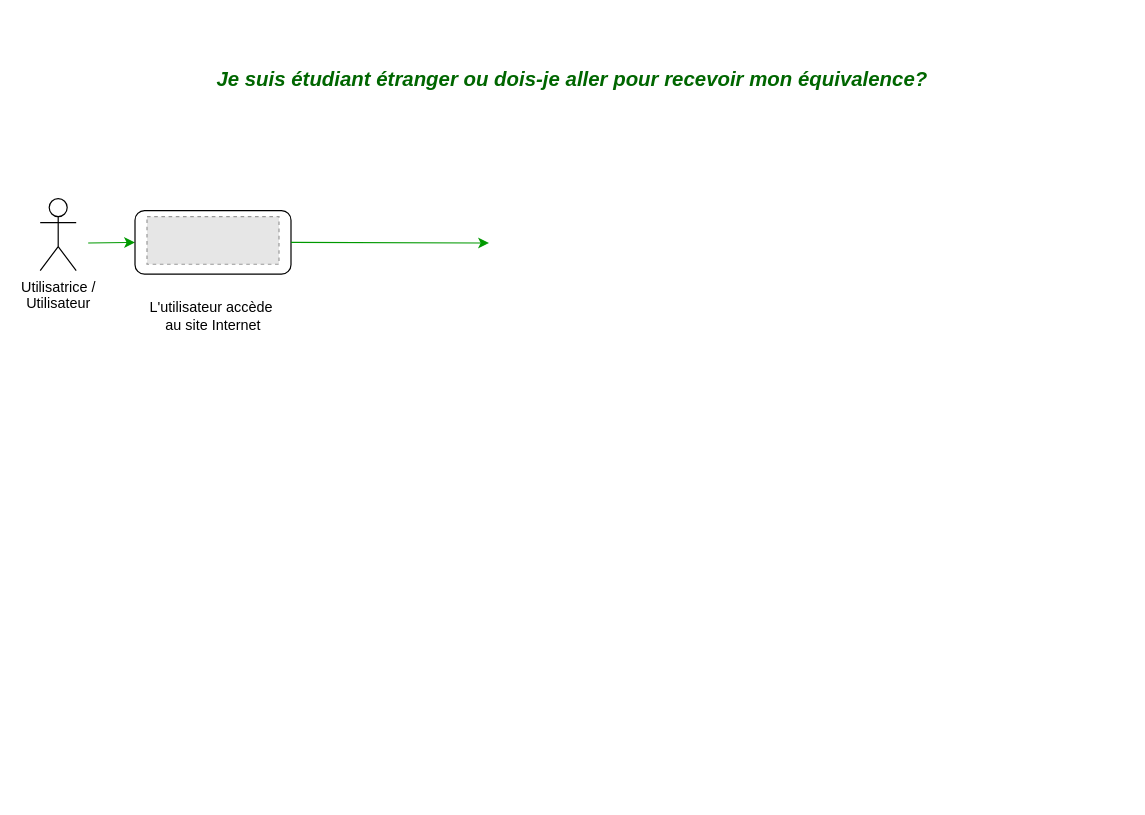
The draw.io diagram user-flow-as-is.drawio in developerforgood/hacknwow, before the edit. Source tidied: cells renumbered, new cells numbered last; positions are measured from the earlier drawing's top-left corner, leaving out a move shared by most shapes. Both pictures are drawn from the tidied source at 120%, with x=0, y=0 at pixel (40, 44). Pictures stored in the file or linked from it are replaced by grey dashed boxes.
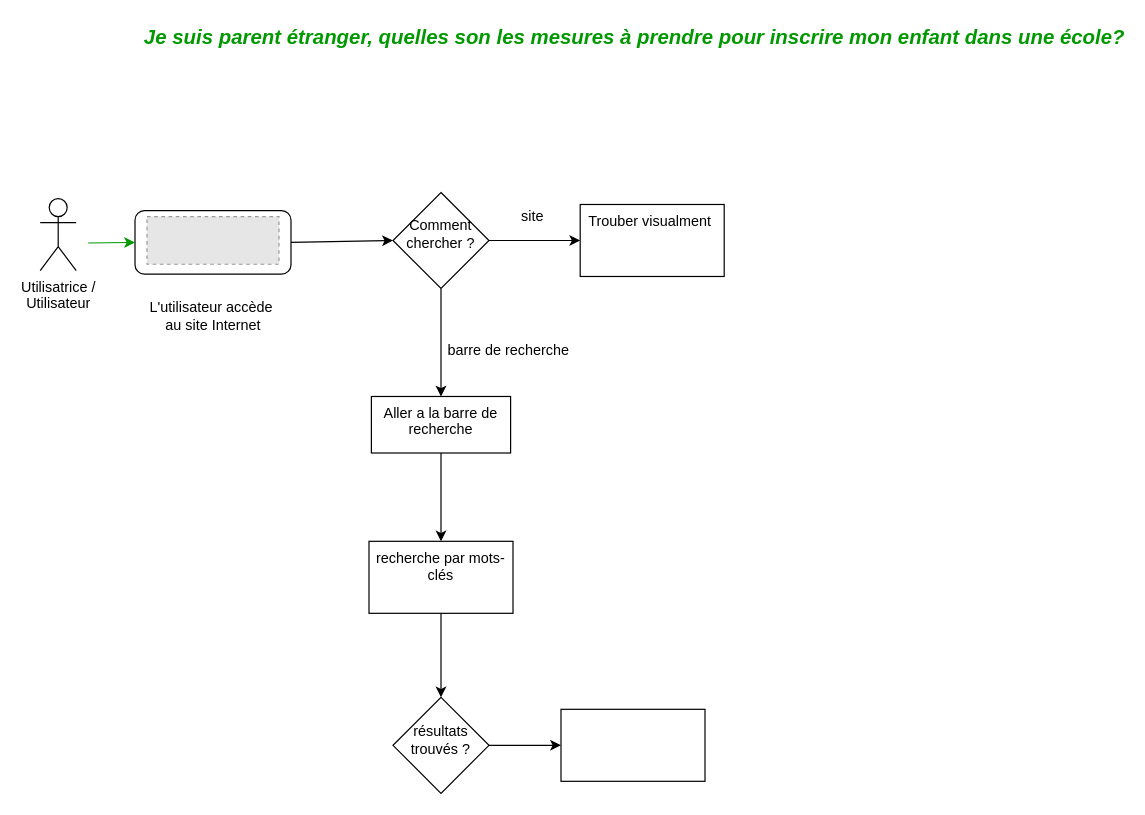
After the change.

The change refers to these unchanged cells:
```xml
<mxCell id="4" value="Site Web" style="rounded=1;whiteSpace=wrap;html=1;labelBackgroundColor=none;" parent="1" vertex="1">
  <mxGeometry x="79" y="138" width="130" height="53" as="geometry" />
</mxCell>
```

What changed in the source:
```diff
@@
-    <mxCell id="7" style="endArrow=classic;html=1;rounded=0;exitX=1;exitY=0.5;exitDx=0;exitDy=0;entryX=0;entryY=0.5;entryDx=0;entryDy=0;flowAnimation=1;labelBackgroundColor=none;fontColor=default;strokeColor=#009900;" parent="1" edge="1" source="4">
-      <mxGeometry relative="1" as="geometry">
-        <mxPoint x="374" y="165" as="targetPoint" />
-      </mxGeometry>
-    </mxCell>
-    <mxCell id="8" value="&lt;span dir=&quot;ltr&quot; class=&quot;ui-provider hr bwn bwo bwp bwq bwr bws bwt bwu bwv bww bwx bwy bwz bxa bxb bxc bxd bxe bxf bxg bxh bxi bxj bxk bxl bxm bxn bxo bxp bxq bxr bxs bxt bxu&quot;&gt;&lt;p&gt;&lt;i style=&quot;&quot;&gt;&lt;font color=&quot;#006600&quot; size=&quot;1&quot; style=&quot;&quot;&gt;&lt;b style=&quot;font-size: 17px;&quot;&gt;Je suis étudiant étranger ou dois-je aller pour recevoir mon équivalence?&lt;/b&gt;&lt;/font&gt;&lt;/i&gt;&lt;/p&gt;&lt;p&gt;&lt;/p&gt;&lt;/span&gt;" style="text;html=1;align=center;verticalAlign=middle;strokeColor=none;fillColor=none;" parent="1" vertex="1">
-      <mxGeometry x="133" width="620" height="60" as="geometry" />
-    </mxCell>
+    <mxCell id="9" value="Je suis parent étranger, quelles son les mesures à prendre pour inscrire mon enfant dans une école?" style="text;html=1;align=center;verticalAlign=middle;strokeColor=none;fillColor=none;fontSize=17;fontStyle=3;fontColor=#009900;" parent="1" vertex="1">
+      <mxGeometry x="105" y="-20" width="780" height="30" as="geometry" />
+    </mxCell>
+    <mxCell id="10" style="edgeStyle=orthogonalEdgeStyle;rounded=0;jettySize=auto;html=1;" parent="1" edge="1" source="12" target="14">
+      <mxGeometry relative="1" as="geometry" />
+    </mxCell>
+    <mxCell id="11" style="edgeStyle=orthogonalEdgeStyle;rounded=0;jettySize=auto;html=1;" parent="1" edge="1" source="12" target="16">
+      <mxGeometry relative="1" as="geometry" />
+    </mxCell>
+    <mxCell id="12" value="&lt;div&gt;&lt;br&gt;&lt;/div&gt;Comment chercher ?" style="rhombus;whiteSpace=wrap;html=1;verticalAlign=top;labelBackgroundColor=none;" parent="1" vertex="1">
+      <mxGeometry x="294" y="122.9" width="80" height="80" as="geometry" />
+    </mxCell>
+    <mxCell id="13" style="endArrow=classic;html=1;rounded=0;exitX=1;exitY=0.5;exitDx=0;exitDy=0;entryX=0;entryY=0.5;entryDx=0;entryDy=0;" parent="1" edge="1" source="4" target="12">
+      <mxGeometry relative="1" as="geometry" />
+    </mxCell>
+    <mxCell id="14" value="Trouber visualment&amp;nbsp;" style="whiteSpace=wrap;html=1;verticalAlign=top;labelBackgroundColor=none;" parent="1" vertex="1">
+      <mxGeometry x="450" y="132.9" width="120" height="60" as="geometry" />
+    </mxCell>
+    <mxCell id="15" style="edgeStyle=orthogonalEdgeStyle;rounded=0;jettySize=auto;html=1;" parent="1" edge="1" source="16" target="20">
+      <mxGeometry relative="1" as="geometry" />
+    </mxCell>
+    <mxCell id="16" value="Aller a la barre de recherche" style="whiteSpace=wrap;html=1;verticalAlign=top;labelBackgroundColor=none;" parent="1" vertex="1">
+      <mxGeometry x="276" y="292.9" width="116" height="47.1" as="geometry" />
+    </mxCell>
+    <mxCell id="17" value="barre de recherche" style="text;html=1;align=center;verticalAlign=middle;strokeColor=none;fillColor=none;" parent="1" vertex="1">
+      <mxGeometry x="330" y="240" width="120" height="30" as="geometry" />
+    </mxCell>
+    <mxCell id="18" value="site" style="text;html=1;align=center;verticalAlign=middle;strokeColor=none;fillColor=none;" parent="1" vertex="1">
+      <mxGeometry x="390" y="128" width="40" height="30" as="geometry" />
+    </mxCell>
+    <mxCell id="19" style="edgeStyle=orthogonalEdgeStyle;rounded=0;jettySize=auto;html=1;" parent="1" edge="1" source="20" target="22">
+      <mxGeometry relative="1" as="geometry" />
+    </mxCell>
+    <mxCell id="20" value="recherche par mots-clés" style="whiteSpace=wrap;html=1;verticalAlign=top;labelBackgroundColor=none;" parent="1" vertex="1">
+      <mxGeometry x="274" y="413.6" width="120" height="60" as="geometry" />
+    </mxCell>
+    <mxCell id="21" style="edgeStyle=orthogonalEdgeStyle;rounded=0;jettySize=auto;html=1;" parent="1" edge="1" source="22" target="23">
+      <mxGeometry relative="1" as="geometry" />
+    </mxCell>
+    <mxCell id="22" value="&lt;div&gt;&lt;br&gt;&lt;/div&gt;résultats trouvés ?" style="rhombus;whiteSpace=wrap;html=1;verticalAlign=top;labelBackgroundColor=none;" parent="1" vertex="1">
+      <mxGeometry x="294" y="543.6" width="80" height="80" as="geometry" />
+    </mxCell>
+    <mxCell id="23" style="whiteSpace=wrap;html=1;verticalAlign=top;labelBackgroundColor=none;" parent="1" vertex="1">
+      <mxGeometry x="434" y="553.6" width="120" height="60" as="geometry" />
+    </mxCell>
```
